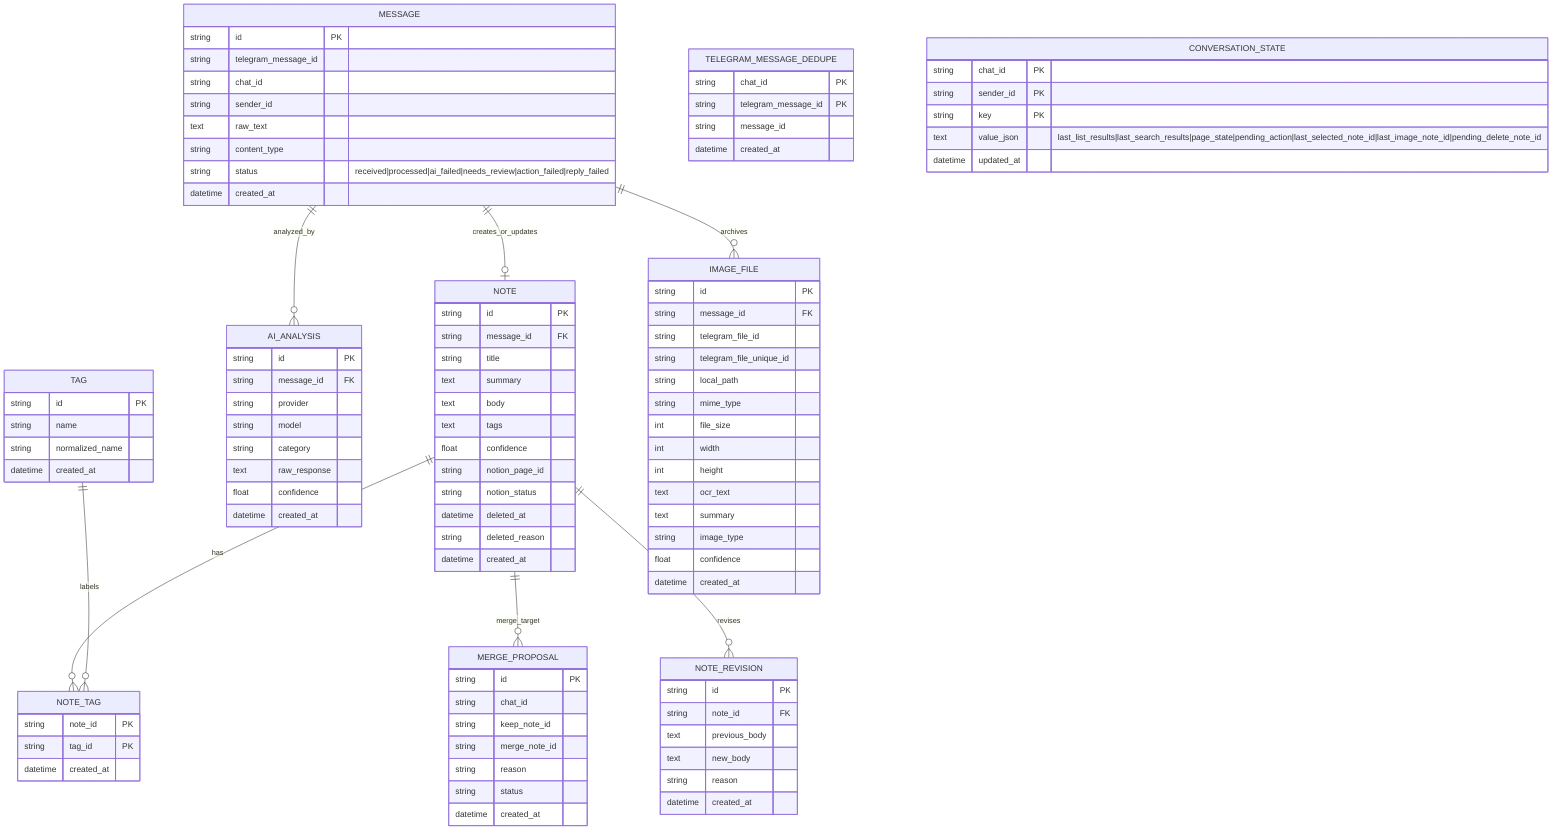
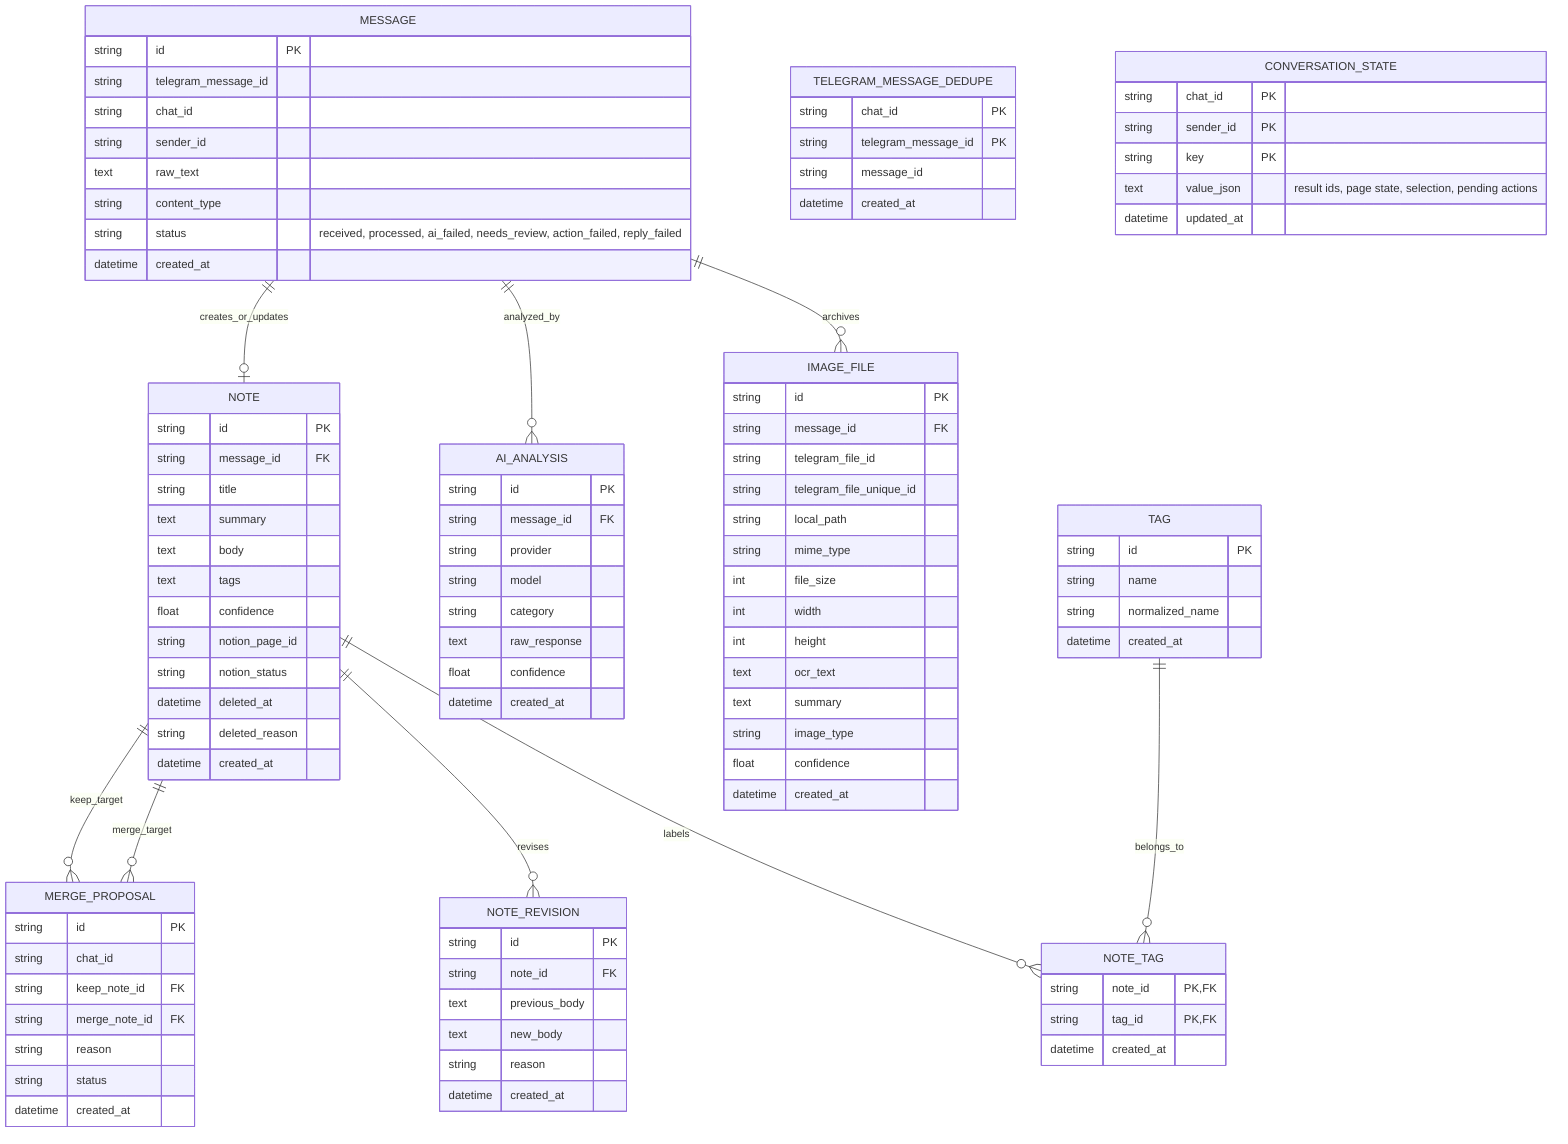
erDiagram
    MESSAGE {
        string id PK
        string telegram_message_id
        string chat_id
        string sender_id
        text raw_text
        string content_type
-         string status "received|processed|ai_failed|needs_review|action_failed|reply_failed"
+         string status "received, processed, ai_failed, needs_review, action_failed, reply_failed"
        datetime created_at
    }

    TELEGRAM_MESSAGE_DEDUPE {
        string chat_id PK
        string telegram_message_id PK
        string message_id
        datetime created_at
    }

    NOTE {
        string id PK
        string message_id FK
        string title
        text summary
        text body
        text tags
        float confidence
        string notion_page_id
        string notion_status
        datetime deleted_at
        string deleted_reason
        datetime created_at
    }

    AI_ANALYSIS {
        string id PK
        string message_id FK
        string provider
        string model
        string category
        text raw_response
        float confidence
        datetime created_at
    }

-     TAG {
-         string id PK
-         string name
-         string normalized_name
-         datetime created_at
-     }
- 
-     NOTE_TAG {
-         string note_id PK
-         string tag_id PK
-         datetime created_at
-     }
- 
    IMAGE_FILE {
        string id PK
        string message_id FK
        string telegram_file_id
        string telegram_file_unique_id
        string local_path
        string mime_type
        int file_size
        int width
        int height
        text ocr_text
        text summary
        string image_type
        float confidence
        datetime created_at
    }

+     TAG {
+         string id PK
+         string name
+         string normalized_name
+         datetime created_at
+     }
+ 
+     NOTE_TAG {
+         string note_id PK, FK
+         string tag_id PK, FK
+         datetime created_at
+     }
+ 
    MERGE_PROPOSAL {
        string id PK
        string chat_id
-         string keep_note_id
-         string merge_note_id
+         string keep_note_id FK
+         string merge_note_id FK
        string reason
        string status
        datetime created_at
    }

    CONVERSATION_STATE {
        string chat_id PK
        string sender_id PK
        string key PK
-         text value_json "last_list_results|last_search_results|page_state|pending_action|last_selected_note_id|last_image_note_id|pending_delete_note_id"
+         text value_json "result ids, page state, selection, pending actions"
        datetime updated_at
    }

    NOTE_REVISION {
        string id PK
        string note_id FK
        text previous_body
        text new_body
        string reason
        datetime created_at
    }

    MESSAGE ||--o| NOTE : creates_or_updates
    MESSAGE ||--o{ AI_ANALYSIS : analyzed_by
    MESSAGE ||--o{ IMAGE_FILE : archives
-     NOTE ||--o{ NOTE_TAG : has
-     TAG ||--o{ NOTE_TAG : labels
-     NOTE ||--o{ MERGE_PROPOSAL : merge_target
    NOTE ||--o{ NOTE_REVISION : revises
+     NOTE ||--o{ NOTE_TAG : labels
+     TAG ||--o{ NOTE_TAG : belongs_to
+     NOTE ||--o{ MERGE_PROPOSAL : keep_target
+     NOTE ||--o{ MERGE_PROPOSAL : merge_target